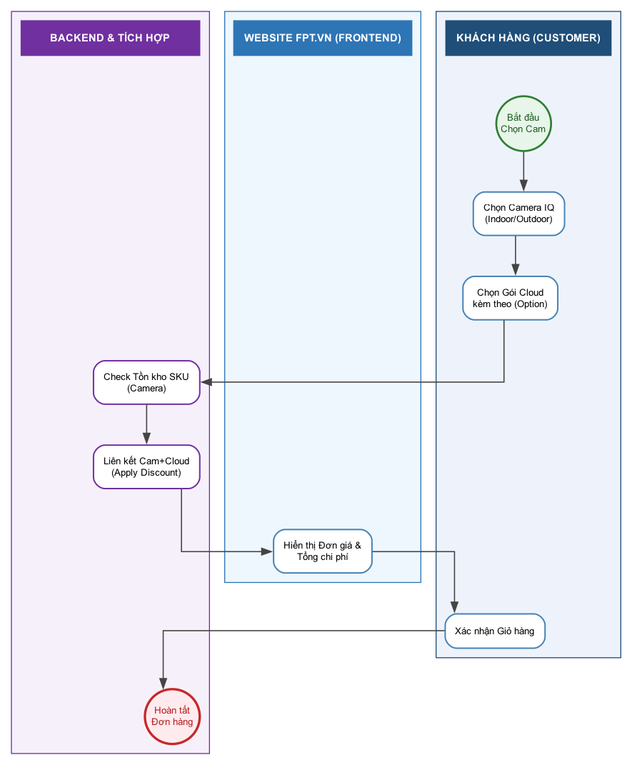
This is diagrams/bpmn_fr01_camera.png from hathuy2706-BA/FPT, a Graphviz export, as it was before one commit. Its source is kept beside it as diagrams/bpmn_fr01_camera.dot.
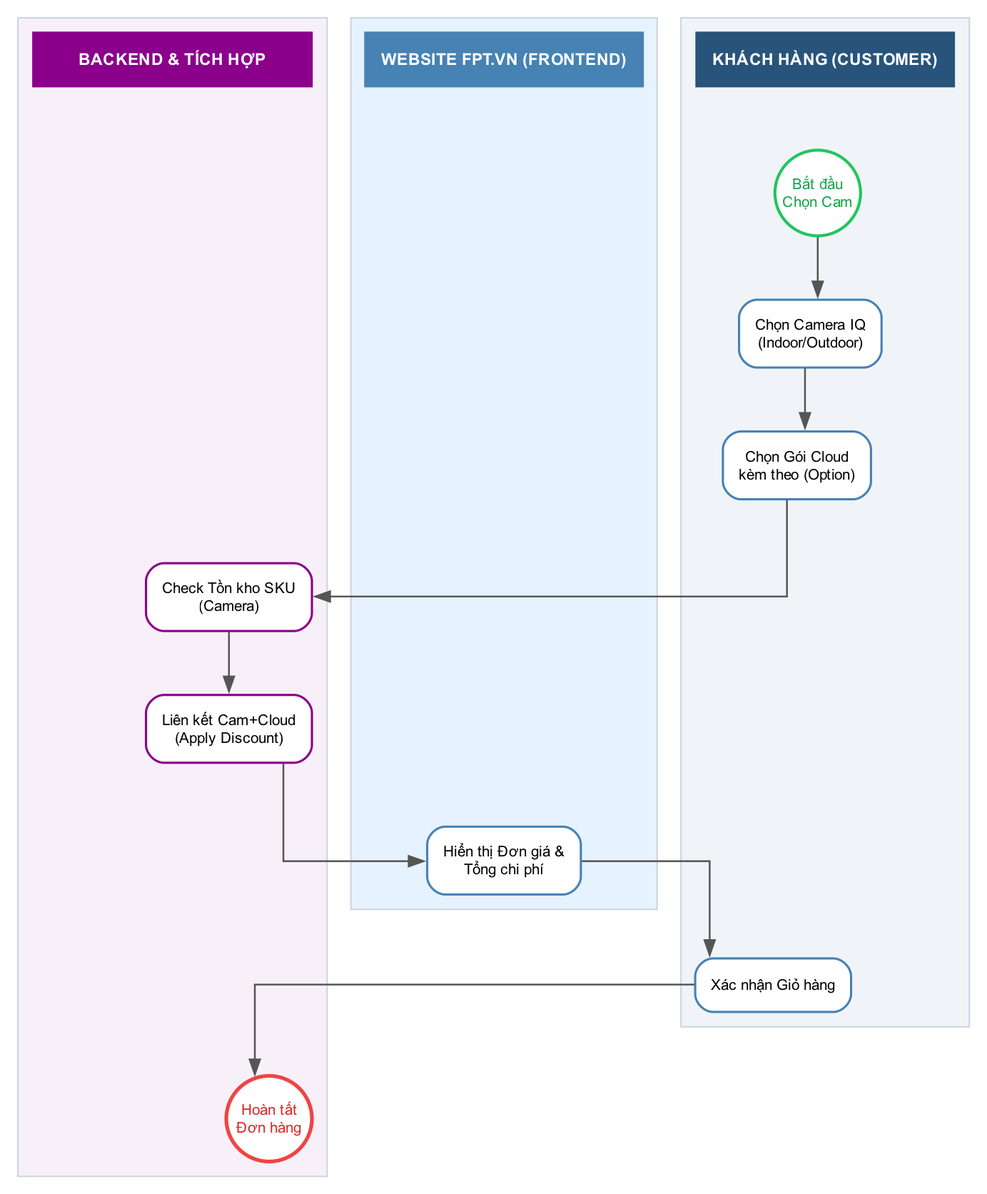
After the change.

Diff of the diagram source:
```diff
@@ -9,29 +9,29 @@
     fontname="Arial";
 
     node [fontname="Arial", fontsize=10, shape=box, style="rounded,filled", fillcolor="white", color="#4682B4", penwidth=1.5, margin=0.15];
-    edge [fontname="Arial", fontsize=9, color="#444444", penwidth=1.2];
+    edge [fontname="Arial", fontsize=9, color="#555555", penwidth=1.2];
 
     subgraph cluster_customer {
-        style=filled; color="#1f4e78"; fillcolor="#eef3fb"; penwidth=1; label=""; margin=10;
-        h_cust [label="KHÁCH HÀNG (CUSTOMER)", shape=box, style="filled", fillcolor="#1f4e78", color="#1f4e78", fontcolor="white", fontsize=11, fontname="Arial bold", width=2.4, height=0.5, fixedsize=false];
-        start [label="Bắt đầu\nChọn Cam", shape=circle, style="filled,bold", fillcolor="#e8f5e9", color="#2e7d32", fontcolor="#1b5e20", penwidth=2, width=0.8, fixedsize=true];
+        style=filled; color="#CBD5E1"; fillcolor="#F0F4F8"; penwidth=1; label=""; margin=10;
+        h_cust [label="KHÁCH HÀNG (CUSTOMER)", shape=box, style="filled", fillcolor="#28547B", color="#28547B", fontcolor="white", fontsize=11, fontname="Arial bold", width=2.4, height=0.5, fixedsize=false];
+        start [label="Bắt đầu\nChọn Cam", shape=circle, style="filled,bold", fillcolor="white", color="#22C55E", fontcolor="#16A34A", penwidth=2, width=0.8, fixedsize=true];
         select_cam [label="Chọn Camera IQ\n(Indoor/Outdoor)"];
         choose_cloud [label="Chọn Gói Cloud\nkèm theo (Option)"];
         view_cart [label="Xác nhận Giỏ hàng"];
         h_cust -> start [style=invis];
     }
     subgraph cluster_fe {
-        style=filled; color="#2e75b6"; fillcolor="#eef7fd"; penwidth=1; label=""; margin=10;
-        h_fe [label="WEBSITE FPT.VN (FRONTEND)", shape=box, style="filled", fillcolor="#2e75b6", color="#2e75b6", fontcolor="white", fontsize=11, fontname="Arial bold", width=2.4, height=0.5, fixedsize=false];
+        style=filled; color="#CBD5E1"; fillcolor="#E6F2FF"; penwidth=1; label=""; margin=10;
+        h_fe [label="WEBSITE FPT.VN (FRONTEND)", shape=box, style="filled", fillcolor="#4682B4", color="#4682B4", fontcolor="white", fontsize=11, fontname="Arial bold", width=2.4, height=0.5, fixedsize=false];
         render_item [label="Hiển thị Đơn giá &\nTổng chi phí"];
         h_fe -> render_item [style=invis];
     }
     subgraph cluster_be {
-        style=filled; color="#7030a0"; fillcolor="#f6f0fb"; penwidth=1; label=""; margin=10;
-        h_be [label="BACKEND & TÍCH HỢP", shape=box, style="filled", fillcolor="#7030a0", color="#7030a0", fontcolor="white", fontsize=11, fontname="Arial bold", width=2.6, height=0.5, fixedsize=false];
-        check_sku [label="Check Tồn kho SKU\n(Camera)", color="#7030a0"];
-        bind_cloud [label="Liên kết Cam+Cloud\n(Apply Discount)", color="#7030a0"];
-        end [label="Hoàn tất\nĐơn hàng", shape=circle, style="filled,bold", fillcolor="#ffebee", color="#c62828", fontcolor="#b71c1c", penwidth=2.5, width=0.8, fixedsize=true];
+        style=filled; color="#CBD5E1"; fillcolor="#F8F0F8"; penwidth=1; label=""; margin=10;
+        h_be [label="BACKEND & TÍCH HỢP", shape=box, style="filled", fillcolor="#8B008B", color="#8B008B", fontcolor="white", fontsize=11, fontname="Arial bold", width=2.6, height=0.5, fixedsize=false];
+        check_sku [label="Check Tồn kho SKU\n(Camera)", color="#8B008B"];
+        bind_cloud [label="Liên kết Cam+Cloud\n(Apply Discount)", color="#8B008B"];
+        end [label="Hoàn tất\nĐơn hàng", shape=circle, style="filled,bold", fillcolor="white", color="#EF4444", fontcolor="#DC2626", penwidth=2.5, width=0.8, fixedsize=true];
         h_be -> check_sku [style=invis];
     }
     { rank=same; h_cust; h_fe; h_be; }
```
